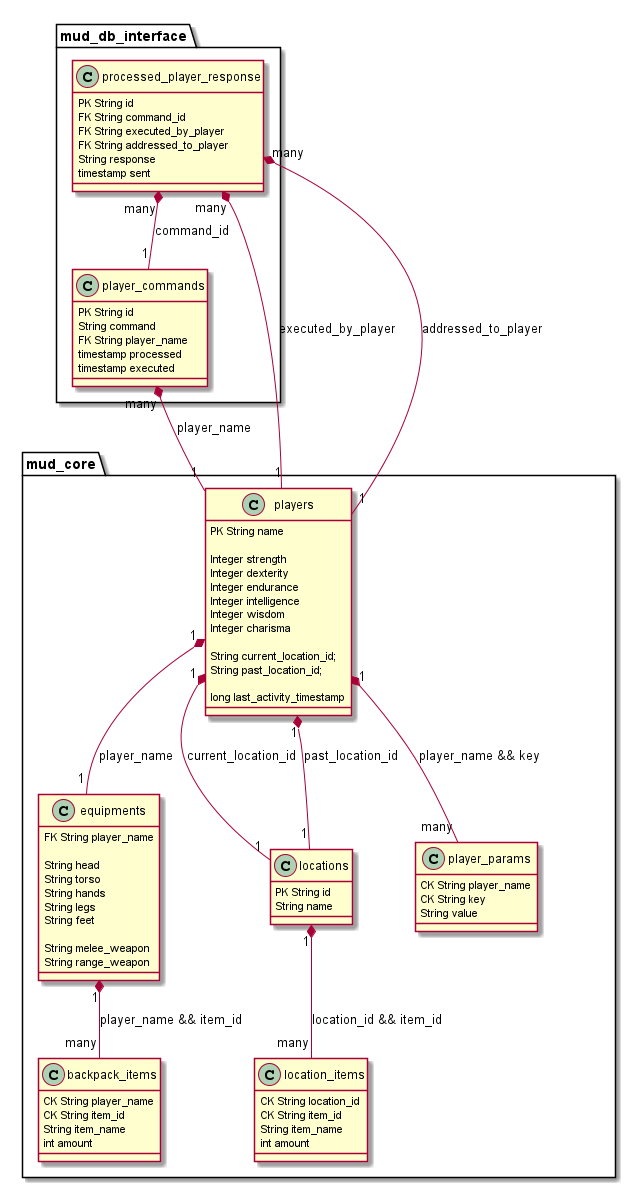
Before: docs/db.png, a diagram exported from PlantUML (tomekbielaszewski/MUD-Engine).
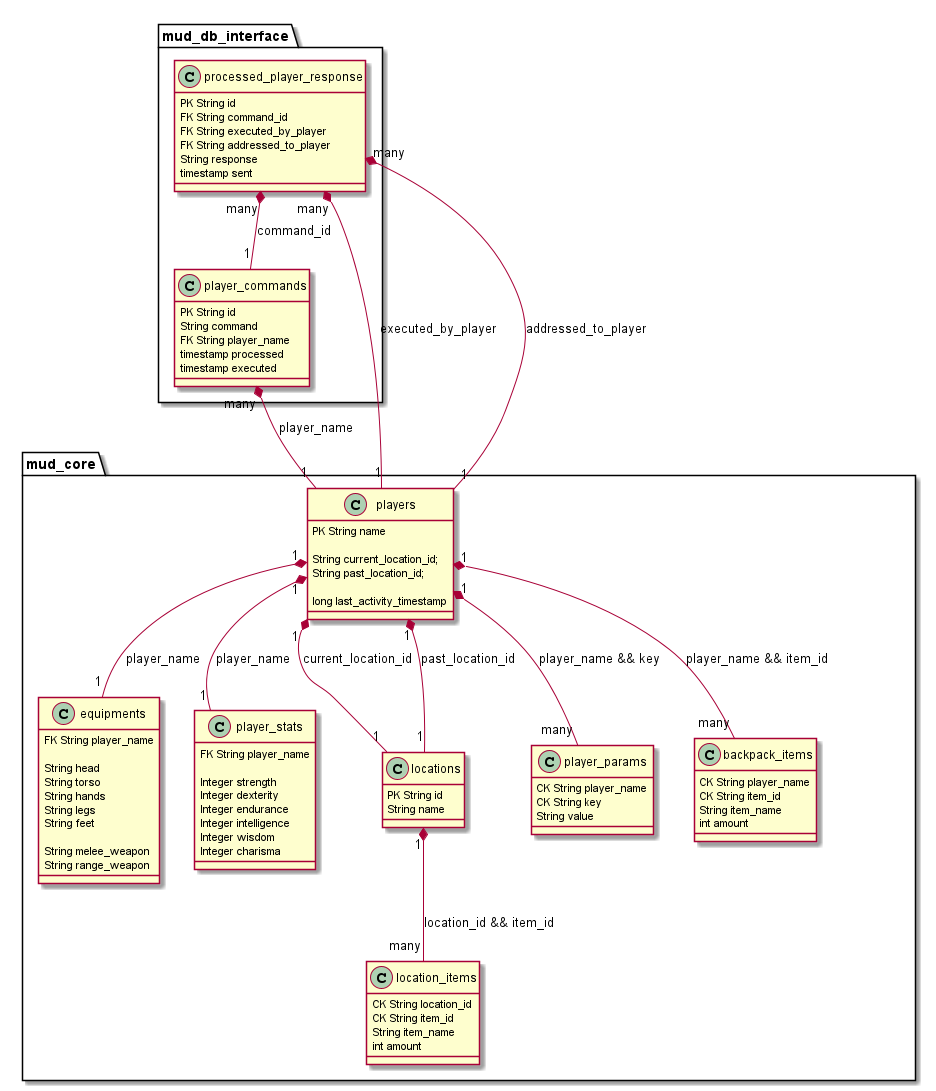
After the change.

Commit message:
db schema png diagram

The edit, as a diff of the source:
```diff
@@ -2,11 +2,12 @@
 
 package mud_core {
     players "1" *-- "1" equipments : player_name
+    players "1" *-- "1" player_stats : player_name
     players "1" *-- "1" locations : current_location_id
     players "1" *-- "1" locations : past_location_id
     locations "1" *-- "many" location_items : location_id && item_id
     players "1" *-- "many" player_params : player_name && key
-    equipments "1" *-- "many" backpack_items : player_name && item_id
+    players "1" *-- "many" backpack_items : player_name && item_id
 }
 
 package mud_db_interface {
@@ -51,17 +52,21 @@
 class players {
     PK String name
 
+    String current_location_id;
+    String past_location_id;
+
+    long last_activity_timestamp
+}
+
+class player_stats {
+    FK String player_name
+
     Integer strength
     Integer dexterity
     Integer endurance
     Integer intelligence
     Integer wisdom
     Integer charisma
-
-    String current_location_id;
-    String past_location_id;
-
-    long last_activity_timestamp
 }
 
 class player_params {
```
